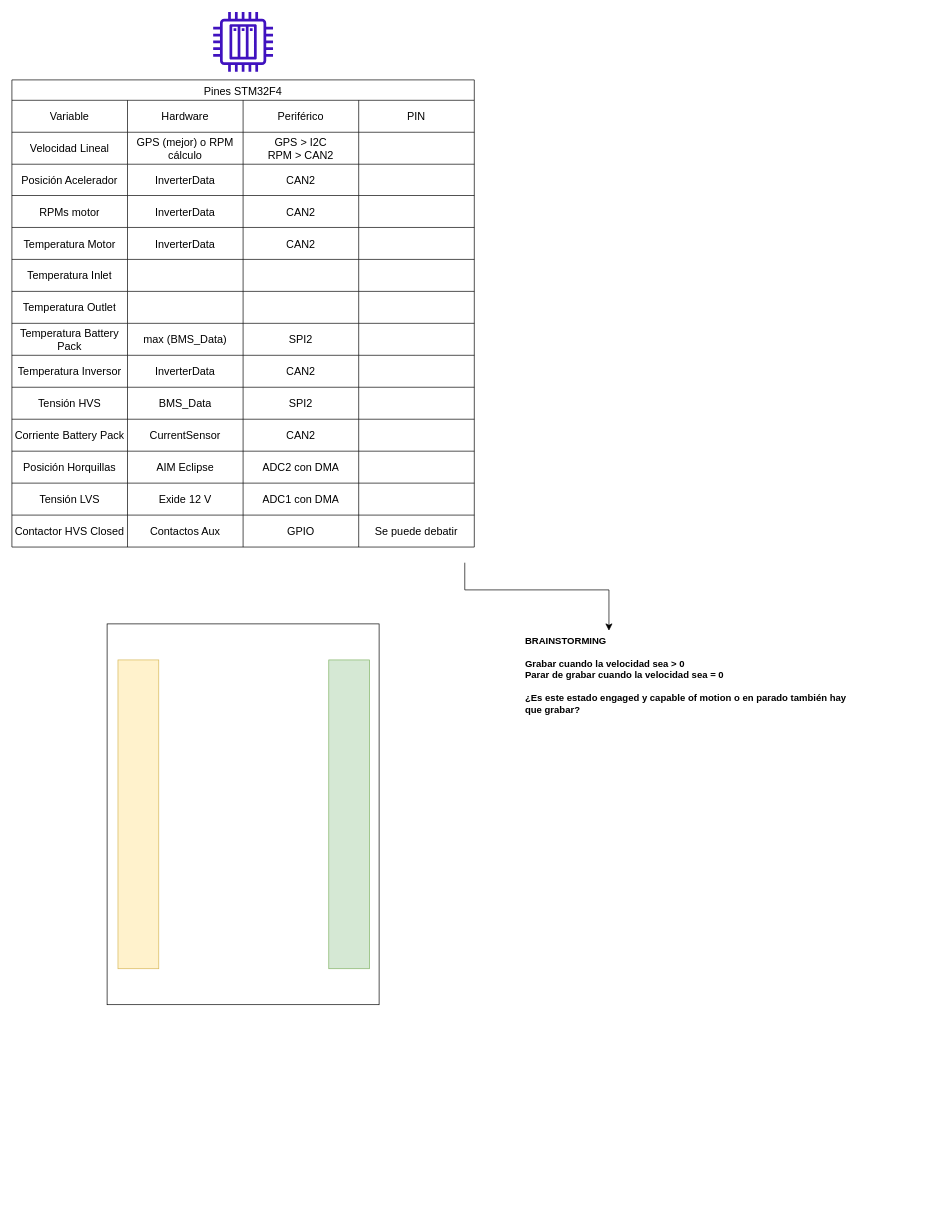
The draw.io diagram docs/PinesHardware.drawio in EnekoJL/AMS_GitHub, before the edit. Source tidied: cells renumbered, new cells numbered last; positions are measured from the earlier drawing's top-left corner, leaving out a move shared by most shapes. Both pictures are drawn from the tidied source at 68%, with x=0, y=0 at pixel (12, 12).
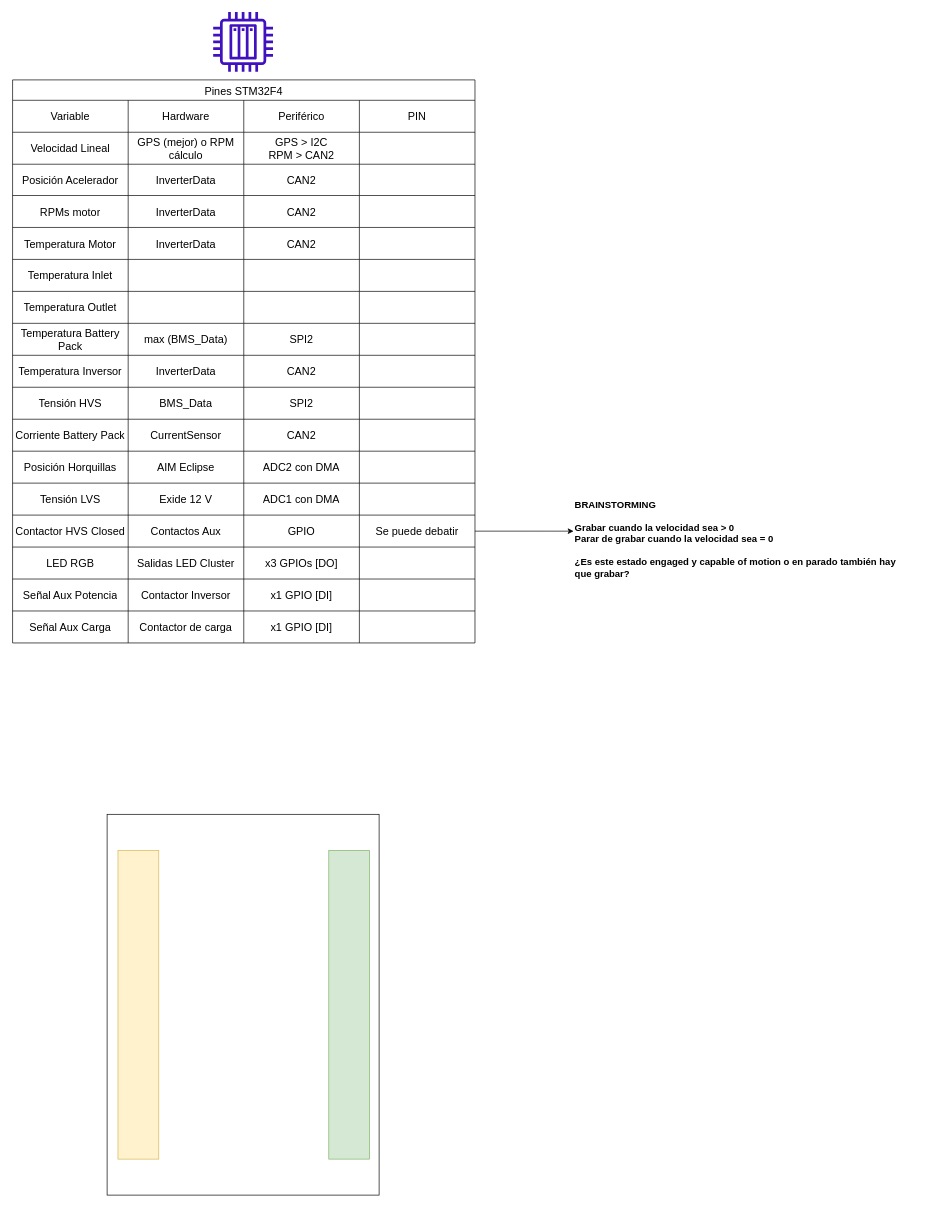
The same diagram, later.

Commit message:
Avance en tabla 0.4

The change refers to these unchanged cells:
```xml
<mxCell id="73" style="shape=tableRow;horizontal=0;startSize=0;swimlaneHead=0;swimlaneBody=0;strokeColor=inherit;top=0;left=0;bottom=0;right=0;fillColor=none;points=[[0,0.5],[1,0.5]];portConstraint=eastwest;fontSize=16;" parent="7" vertex="1">
  <mxGeometry y="640" width="680" height="47" as="geometry" />
</mxCell>
```

Change to the diagram source:
```diff
@@
     <mxCell id="3" style="group;" parent="1" vertex="1">
-      <mxGeometry x="140" y="900" width="400" height="560" as="geometry" />
+      <mxGeometry x="140" y="1180" width="400" height="560" as="geometry" />
     </mxCell>
@@
     <mxCell id="7" value="Pines STM32F4" style="shape=table;startSize=30;childLayout=tableLayout;strokeColor=default;fontSize=16;" parent="1" vertex="1">
-      <mxGeometry y="100" width="680" height="687" as="geometry" />
+      <mxGeometry x="1" y="100" width="680" height="828" as="geometry" />
     </mxCell>
@@
+    <mxCell id="80" style="shape=tableRow;horizontal=0;startSize=0;swimlaneHead=0;swimlaneBody=0;strokeColor=inherit;top=0;left=0;bottom=0;right=0;fillColor=none;fontSize=16;" parent="7" vertex="1">
+      <mxGeometry y="687" width="680" height="47" as="geometry" />
+    </mxCell>
+    <mxCell id="81" value="LED RGB" style="shape=partialRectangle;html=1;whiteSpace=wrap;strokeColor=inherit;overflow=hidden;fillColor=none;top=0;left=0;bottom=0;right=0;fontSize=16;" parent="80" vertex="1">
+      <mxGeometry width="170" height="47" as="geometry" />
+    </mxCell>
+    <mxCell id="82" value="Salidas LED Cluster" style="shape=partialRectangle;html=1;whiteSpace=wrap;strokeColor=inherit;overflow=hidden;fillColor=none;top=0;left=0;bottom=0;right=0;fontSize=16;" parent="80" vertex="1">
+      <mxGeometry x="170" width="170" height="47" as="geometry" />
+    </mxCell>
+    <mxCell id="83" value="x3 GPIOs [DO]" style="shape=partialRectangle;html=1;whiteSpace=wrap;strokeColor=inherit;overflow=hidden;fillColor=none;top=0;left=0;bottom=0;right=0;fontSize=16;" parent="80" vertex="1">
+      <mxGeometry x="340" width="170" height="47" as="geometry" />
+    </mxCell>
+    <mxCell id="84" style="shape=partialRectangle;html=1;whiteSpace=wrap;strokeColor=inherit;overflow=hidden;fillColor=none;top=0;left=0;bottom=0;right=0;fontSize=16;" parent="80" vertex="1">
+      <mxGeometry x="510" width="170" height="47" as="geometry" />
+    </mxCell>
+    <mxCell id="85" style="shape=tableRow;horizontal=0;startSize=0;swimlaneHead=0;swimlaneBody=0;strokeColor=inherit;top=0;left=0;bottom=0;right=0;fillColor=none;fontSize=16;" parent="7" vertex="1">
+      <mxGeometry y="734" width="680" height="47" as="geometry" />
+    </mxCell>
+    <mxCell id="86" value="Señal Aux Potencia" style="shape=partialRectangle;html=1;whiteSpace=wrap;strokeColor=inherit;overflow=hidden;fillColor=none;top=0;left=0;bottom=0;right=0;fontSize=16;" parent="85" vertex="1">
+      <mxGeometry width="170" height="47" as="geometry" />
+    </mxCell>
+    <mxCell id="87" value="Contactor Inversor" style="shape=partialRectangle;html=1;whiteSpace=wrap;strokeColor=inherit;overflow=hidden;fillColor=none;top=0;left=0;bottom=0;right=0;fontSize=16;" parent="85" vertex="1">
+      <mxGeometry x="170" width="170" height="47" as="geometry" />
+    </mxCell>
+    <mxCell id="88" value="x1 GPIO [DI]" style="shape=partialRectangle;html=1;whiteSpace=wrap;strokeColor=inherit;overflow=hidden;fillColor=none;top=0;left=0;bottom=0;right=0;fontSize=16;" parent="85" vertex="1">
+      <mxGeometry x="340" width="170" height="47" as="geometry" />
+    </mxCell>
+    <mxCell id="89" style="shape=partialRectangle;html=1;whiteSpace=wrap;strokeColor=inherit;overflow=hidden;fillColor=none;top=0;left=0;bottom=0;right=0;fontSize=16;" parent="85" vertex="1">
+      <mxGeometry x="510" width="170" height="47" as="geometry" />
+    </mxCell>
+    <mxCell id="90" style="shape=tableRow;horizontal=0;startSize=0;swimlaneHead=0;swimlaneBody=0;strokeColor=inherit;top=0;left=0;bottom=0;right=0;fillColor=none;fontSize=16;" parent="7" vertex="1">
+      <mxGeometry y="781" width="680" height="47" as="geometry" />
+    </mxCell>
+    <mxCell id="91" value="Señal Aux Carga" style="shape=partialRectangle;html=1;whiteSpace=wrap;strokeColor=inherit;overflow=hidden;fillColor=none;top=0;left=0;bottom=0;right=0;fontSize=16;" parent="90" vertex="1">
+      <mxGeometry width="170" height="47" as="geometry" />
+    </mxCell>
+    <mxCell id="92" value="Contactor de carga" style="shape=partialRectangle;html=1;whiteSpace=wrap;strokeColor=inherit;overflow=hidden;fillColor=none;top=0;left=0;bottom=0;right=0;fontSize=16;" parent="90" vertex="1">
+      <mxGeometry x="170" width="170" height="47" as="geometry" />
+    </mxCell>
+    <mxCell id="93" value="x1 GPIO [DI]" style="shape=partialRectangle;html=1;whiteSpace=wrap;strokeColor=inherit;overflow=hidden;fillColor=none;top=0;left=0;bottom=0;right=0;fontSize=16;" parent="90" vertex="1">
+      <mxGeometry x="340" width="170" height="47" as="geometry" />
+    </mxCell>
+    <mxCell id="94" style="shape=partialRectangle;html=1;whiteSpace=wrap;strokeColor=inherit;overflow=hidden;fillColor=none;top=0;left=0;bottom=0;right=0;fontSize=16;" parent="90" vertex="1">
+      <mxGeometry x="510" width="170" height="47" as="geometry" />
+    </mxCell>
     <mxCell id="78" value="BRAINSTORMING&lt;div&gt;&lt;br&gt;&lt;/div&gt;&lt;div&gt;Grabar cuando la velocidad sea &amp;gt; 0&lt;/div&gt;&lt;div&gt;Parar de grabar cuando la velocidad sea = 0&lt;/div&gt;&lt;div&gt;&lt;br&gt;&lt;/div&gt;&lt;div&gt;¿Es este estado engaged y capable of motion o en parado también hay que grabar?&lt;/div&gt;&lt;div&gt;&lt;br&gt;&lt;/div&gt;&lt;div&gt;&lt;br&gt;&lt;/div&gt;" style="text;html=1;align=left;verticalAlign=top;whiteSpace=wrap;rounded=0;fontStyle=1;fontSize=14;" parent="1" vertex="1">
-      <mxGeometry x="753" y="910" width="500" height="310" as="geometry" />
+      <mxGeometry x="826" y="710" width="500" height="310" as="geometry" />
     </mxCell>
-    <mxCell id="79" style="edgeStyle=segmentEdgeStyle;endArrow=classic;html=1;curved=0;rounded=0;endSize=8;startSize=8;sourcePerimeterSpacing=0;targetPerimeterSpacing=0;entryX=0.25;entryY=0;entryDx=0;entryDy=0;" parent="1" edge="1" target="78">
-      <mxGeometry relative="1" as="geometry">
-        <mxPoint x="666" y="810" as="sourcePoint" />
-        <Array as="points">
-          <mxPoint x="666" y="850" />
-          <mxPoint x="878" y="850" />
-        </Array>
-      </mxGeometry>
-    </mxCell>
+    <mxCell id="95" style="edgeStyle=none;html=1;entryX=0;entryY=0.173;entryDx=0;entryDy=0;entryPerimeter=0;" parent="1" edge="1" source="73" target="78">
+      <mxGeometry relative="1" as="geometry" />
+    </mxCell>
```
